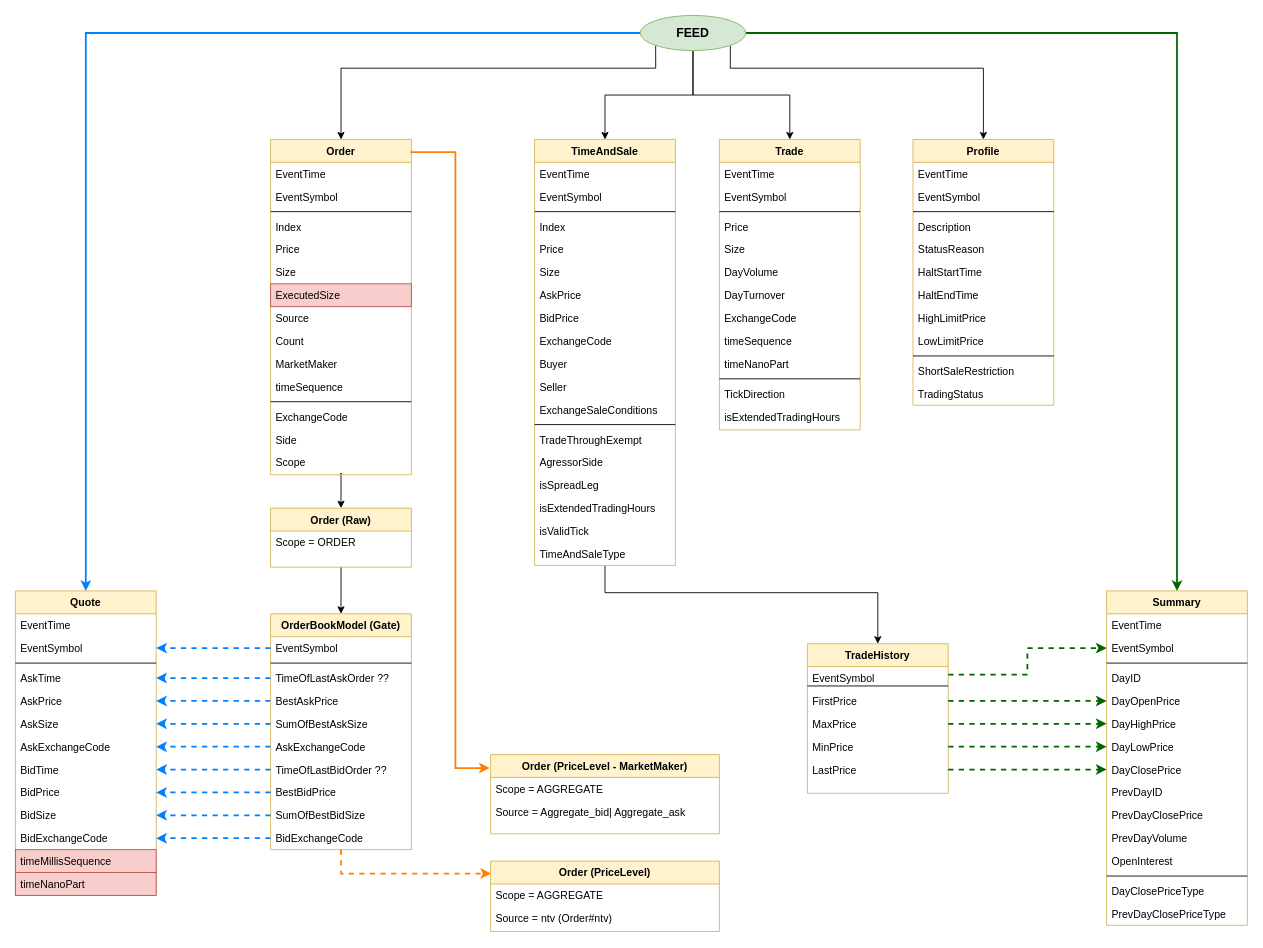
Above: Untitled Diagram.drawio in Tubala85/documents (draw.io), before the change. Source tidied: cells renumbered, new cells numbered last; positions are measured from the earlier drawing's top-left corner, leaving out a move shared by most shapes. Both pictures are drawn from the tidied source at 88%, with x=0, y=0 at pixel (15, 15).
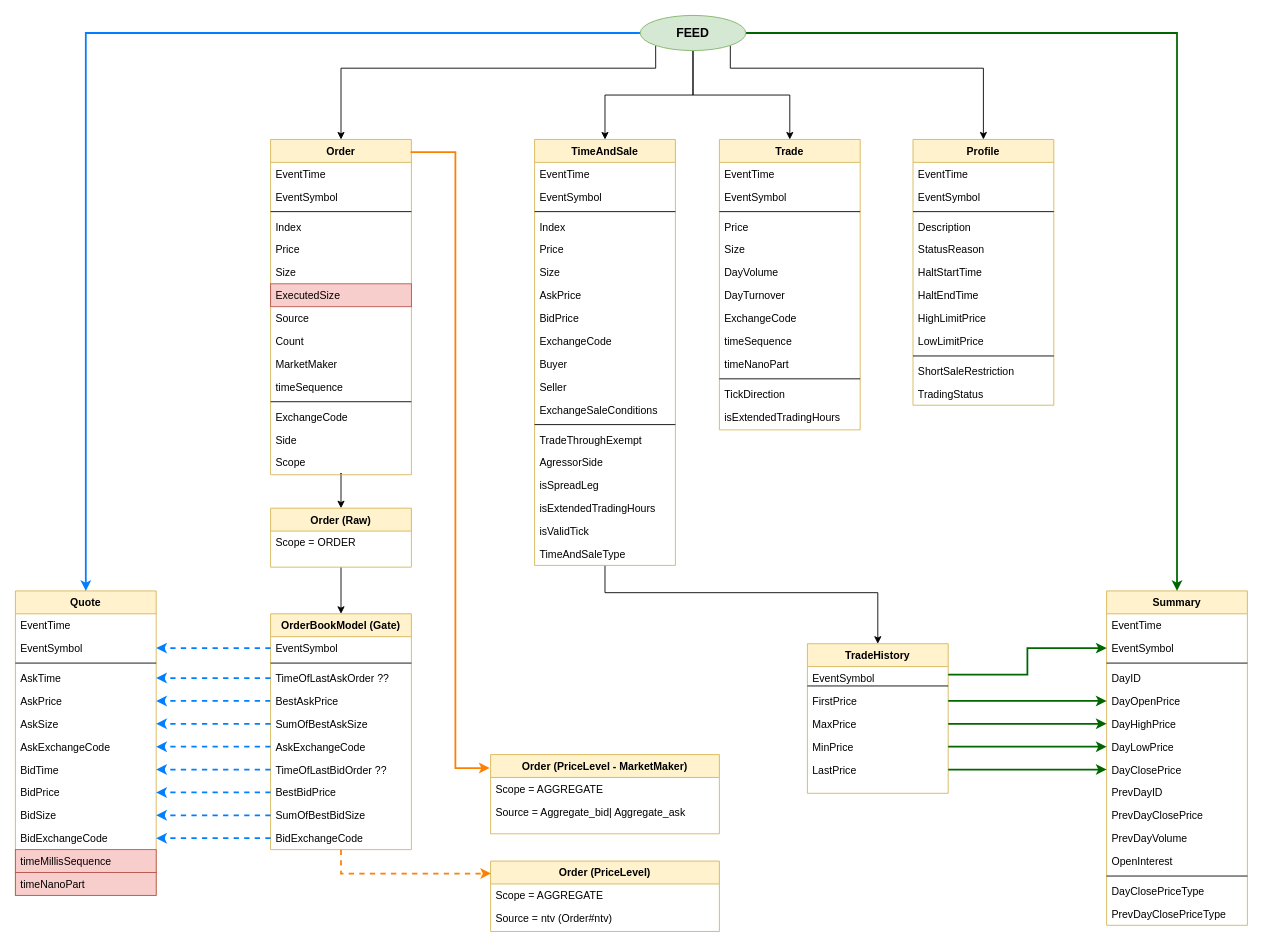
The same diagram, later.

The change refers to these unchanged cells:
```xml
<mxCell id="39" value="EventSymbol" style="text;align=left;verticalAlign=top;spacingLeft=4;spacingRight=4;overflow=hidden;points=[[0,0.5],[1,0.5]];portConstraint=eastwest;" parent="37" vertex="1">
  <mxGeometry y="52" width="160" height="26" as="geometry" />
</mxCell>
<mxCell id="42" value="DayOpenPrice" style="text;align=left;verticalAlign=top;spacingLeft=4;spacingRight=4;overflow=hidden;points=[[0,0.5],[1,0.5]];portConstraint=eastwest;" parent="37" vertex="1">
  <mxGeometry y="112" width="160" height="26" as="geometry" />
</mxCell>
<mxCell id="43" value="DayHighPrice" style="text;align=left;verticalAlign=top;spacingLeft=4;spacingRight=4;overflow=hidden;points=[[0,0.5],[1,0.5]];portConstraint=eastwest;" parent="37" vertex="1">
  <mxGeometry y="138" width="160" height="26" as="geometry" />
</mxCell>
<mxCell id="44" value="DayLowPrice" style="text;align=left;verticalAlign=top;spacingLeft=4;spacingRight=4;overflow=hidden;points=[[0,0.5],[1,0.5]];portConstraint=eastwest;" parent="37" vertex="1">
  <mxGeometry y="164" width="160" height="26" as="geometry" />
</mxCell>
<mxCell id="45" value="DayClosePrice" style="text;align=left;verticalAlign=top;spacingLeft=4;spacingRight=4;overflow=hidden;points=[[0,0.5],[1,0.5]];portConstraint=eastwest;" parent="37" vertex="1">
  <mxGeometry y="190" width="160" height="26" as="geometry" />
</mxCell>
<mxCell id="136" value="EventSymbol" style="text;align=left;verticalAlign=top;spacingLeft=4;spacingRight=4;overflow=hidden;points=[[0,0.5],[1,0.5]];portConstraint=eastwest;" parent="135" vertex="1">
  <mxGeometry y="26" width="160" height="18" as="geometry" />
</mxCell>
<mxCell id="138" value="FirstPrice" style="text;align=left;verticalAlign=top;spacingLeft=4;spacingRight=4;overflow=hidden;points=[[0,0.5],[1,0.5]];portConstraint=eastwest;rounded=0;shadow=0;html=0;" parent="135" vertex="1">
  <mxGeometry y="52" width="160" height="26" as="geometry" />
</mxCell>
<mxCell id="139" value="MaxPrice" style="text;align=left;verticalAlign=top;spacingLeft=4;spacingRight=4;overflow=hidden;points=[[0,0.5],[1,0.5]];portConstraint=eastwest;rounded=0;shadow=0;html=0;" parent="135" vertex="1">
  <mxGeometry y="78" width="160" height="26" as="geometry" />
</mxCell>
<mxCell id="140" value="MinPrice" style="text;align=left;verticalAlign=top;spacingLeft=4;spacingRight=4;overflow=hidden;points=[[0,0.5],[1,0.5]];portConstraint=eastwest;rounded=0;shadow=0;html=0;" parent="135" vertex="1">
  <mxGeometry y="104" width="160" height="26" as="geometry" />
</mxCell>
<mxCell id="141" value="LastPrice" style="text;align=left;verticalAlign=top;spacingLeft=4;spacingRight=4;overflow=hidden;points=[[0,0.5],[1,0.5]];portConstraint=eastwest;rounded=0;shadow=0;html=0;" parent="135" vertex="1">
  <mxGeometry y="130" width="160" height="26" as="geometry" />
</mxCell>
```

Diff of the diagram source:
```diff
@@
-    <mxCell id="142" style="edgeStyle=orthogonalEdgeStyle;rounded=0;jettySize=auto;html=1;entryX=0;entryY=0.5;entryDx=0;entryDy=0;dashed=1;strokeWidth=2;strokeColor=#006600;" parent="1" edge="1" source="138" target="42">
+    <mxCell id="142" style="edgeStyle=orthogonalEdgeStyle;rounded=0;jettySize=auto;html=1;entryX=0;entryY=0.5;entryDx=0;entryDy=0;strokeWidth=2;strokeColor=#006600;" parent="1" edge="1" source="138" target="42">
       <mxGeometry relative="1" as="geometry" />
     </mxCell>
-    <mxCell id="143" style="edgeStyle=orthogonalEdgeStyle;rounded=0;jettySize=auto;html=1;dashed=1;strokeWidth=2;strokeColor=#006600;" parent="1" edge="1" source="140" target="44">
+    <mxCell id="143" style="edgeStyle=orthogonalEdgeStyle;rounded=0;jettySize=auto;html=1;strokeWidth=2;strokeColor=#006600;" parent="1" edge="1" source="140" target="44">
       <mxGeometry relative="1" as="geometry" />
     </mxCell>
-    <mxCell id="144" style="edgeStyle=orthogonalEdgeStyle;rounded=0;jettySize=auto;html=1;dashed=1;strokeWidth=2;strokeColor=#006600;" parent="1" edge="1" source="139" target="43">
+    <mxCell id="144" style="edgeStyle=orthogonalEdgeStyle;rounded=0;jettySize=auto;html=1;strokeWidth=2;strokeColor=#006600;" parent="1" edge="1" source="139" target="43">
       <mxGeometry relative="1" as="geometry" />
     </mxCell>
-    <mxCell id="145" style="edgeStyle=orthogonalEdgeStyle;rounded=0;jettySize=auto;html=1;dashed=1;strokeWidth=2;strokeColor=#006600;" parent="1" edge="1" source="141" target="45">
+    <mxCell id="145" style="edgeStyle=orthogonalEdgeStyle;rounded=0;jettySize=auto;html=1;strokeWidth=2;strokeColor=#006600;" parent="1" edge="1" source="141" target="45">
       <mxGeometry relative="1" as="geometry" />
     </mxCell>
-    <mxCell id="146" style="edgeStyle=orthogonalEdgeStyle;rounded=0;jettySize=auto;html=1;entryX=0;entryY=0.5;entryDx=0;entryDy=0;dashed=1;strokeWidth=2;strokeColor=#006600;" parent="1" edge="1" source="136" target="39">
+    <mxCell id="146" style="edgeStyle=orthogonalEdgeStyle;rounded=0;jettySize=auto;html=1;entryX=0;entryY=0.5;entryDx=0;entryDy=0;strokeWidth=2;strokeColor=#006600;" parent="1" edge="1" source="136" target="39">
       <mxGeometry relative="1" as="geometry" />
     </mxCell>
```
